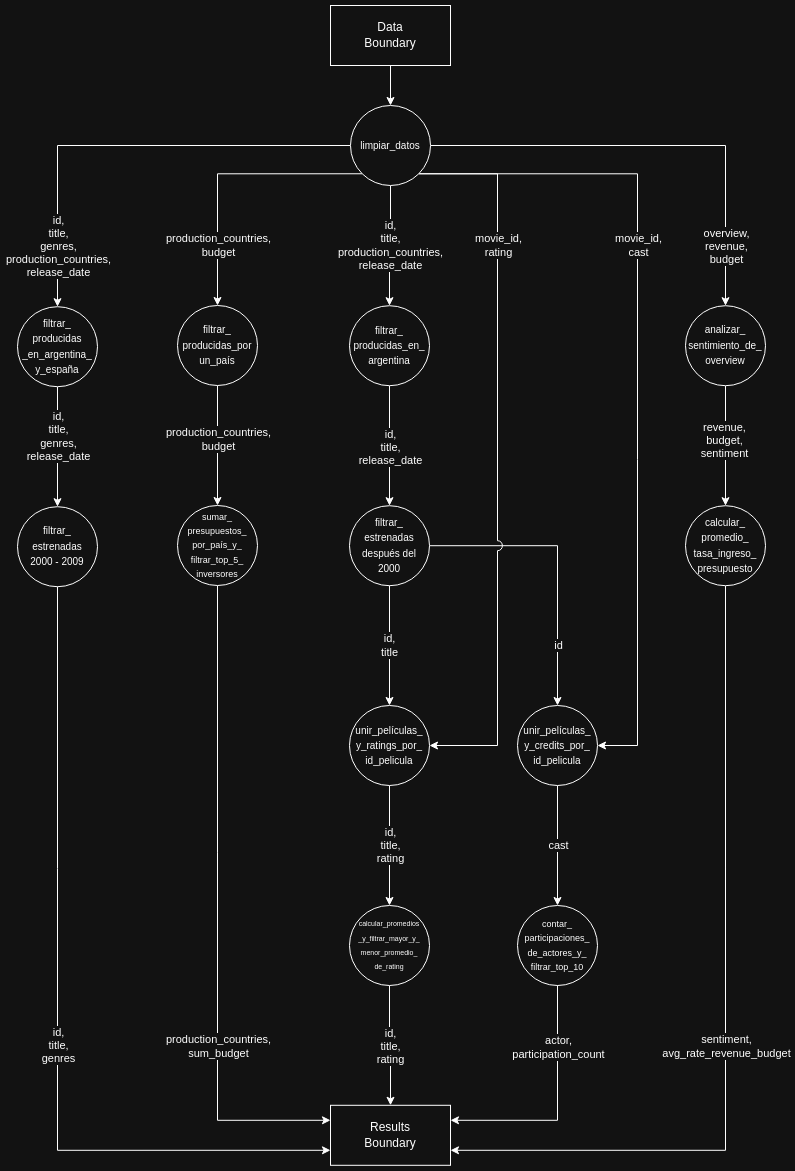
Above: diagramas/dag/dag.png in AlanBotoshansky/distribuidos-tp-grupo2 (draw.io), before the change. Source tidied: cells renumbered, new cells last; positions are measured from the earlier drawing's top-left corner, leaving out a move shared by most shapes.
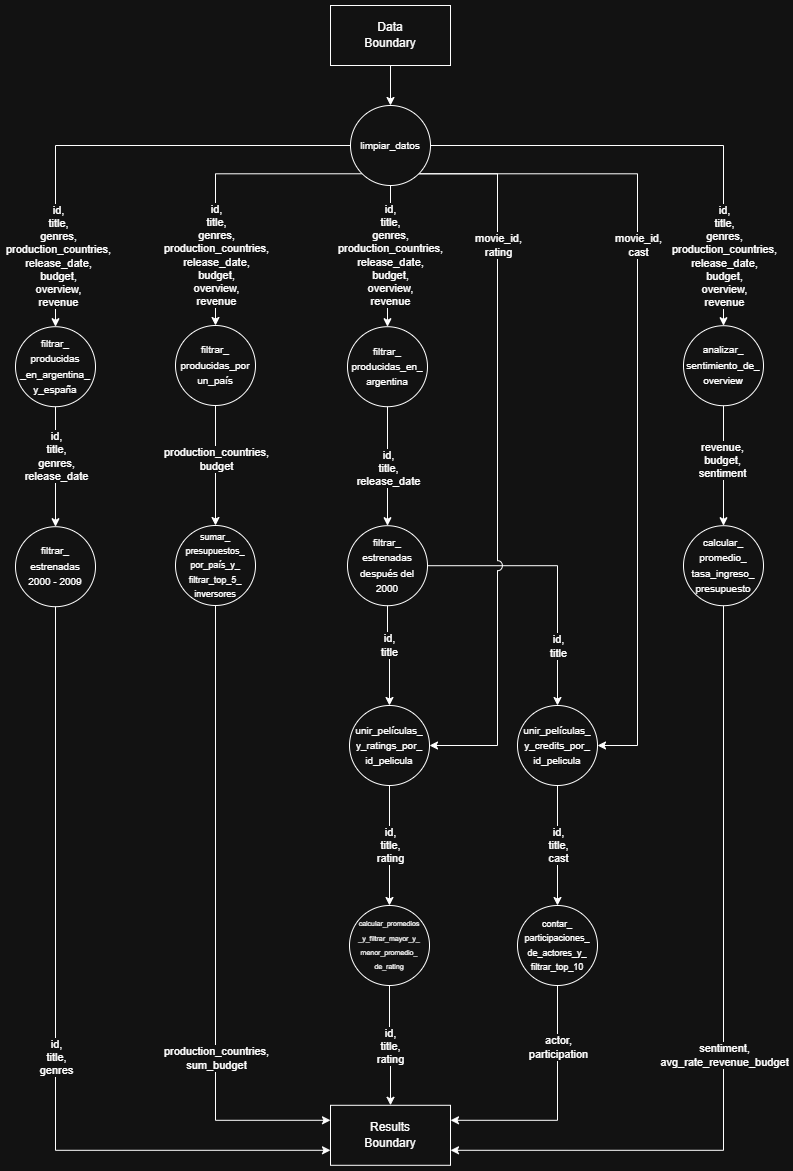
Above is the later version.

Diff of the diagram source:
```diff
@@ -17,10 +17,10 @@
       </mxGeometry>
     </mxCell>
     <mxCell id="6" value="&lt;font face=&quot;Helvetica&quot;&gt;&lt;span style=&quot;font-size: 10px;&quot;&gt;filtrar_&lt;/span&gt;&lt;/font&gt;&lt;div&gt;&lt;font face=&quot;Helvetica&quot;&gt;&lt;span style=&quot;font-size: 10px;&quot;&gt;producidas&lt;/span&gt;&lt;/font&gt;&lt;div&gt;&lt;font face=&quot;Helvetica&quot;&gt;&lt;span style=&quot;font-size: 10px;&quot;&gt;_en_argentina_&lt;/span&gt;&lt;/font&gt;&lt;/div&gt;&lt;div&gt;&lt;font face=&quot;Helvetica&quot;&gt;&lt;span style=&quot;font-size: 10px;&quot;&gt;y_&lt;/span&gt;&lt;/font&gt;&lt;span style=&quot;font-size: 10px; font-family: Helvetica; background-color: transparent; color: light-dark(rgb(0, 0, 0), rgb(255, 255, 255));&quot;&gt;españa&lt;/span&gt;&lt;/div&gt;&lt;/div&gt;" style="ellipse;whiteSpace=wrap;html=1;rounded=0;hachureGap=4;strokeColor=default;align=center;verticalAlign=middle;fontFamily=Architects Daughter;fontSource=https%3A%2F%2Ffonts.googleapis.com%2Fcss%3Ffamily%3DArchitects%2BDaughter;fontSize=12;fontColor=default;fillColor=default;" parent="1" vertex="1">
-      <mxGeometry y="301.2" width="80" height="80" as="geometry" />
+      <mxGeometry x="-2" y="321.2" width="80" height="80" as="geometry" />
     </mxCell>
     <mxCell id="7" value="&lt;font face=&quot;Helvetica&quot;&gt;&lt;span style=&quot;font-size: 10px;&quot;&gt;filtrar_&lt;/span&gt;&lt;/font&gt;&lt;div&gt;&lt;font face=&quot;Helvetica&quot;&gt;&lt;span style=&quot;font-size: 10px;&quot;&gt;estrenadas&lt;/span&gt;&lt;/font&gt;&lt;div&gt;&lt;font face=&quot;Helvetica&quot;&gt;&lt;span style=&quot;font-size: 10px;&quot;&gt;2000 - 2009&lt;/span&gt;&lt;/font&gt;&lt;/div&gt;&lt;/div&gt;" style="ellipse;whiteSpace=wrap;html=1;rounded=0;hachureGap=4;strokeColor=default;align=center;verticalAlign=middle;fontFamily=Architects Daughter;fontSource=https%3A%2F%2Ffonts.googleapis.com%2Fcss%3Ffamily%3DArchitects%2BDaughter;fontSize=12;fontColor=default;fillColor=default;" parent="1" vertex="1">
-      <mxGeometry y="501.2" width="80" height="80" as="geometry" />
+      <mxGeometry x="-2" y="521.2" width="80" height="80" as="geometry" />
     </mxCell>
     <mxCell id="8" style="edgeStyle=orthogonalEdgeStyle;shape=connector;rounded=0;hachureGap=4;jettySize=auto;html=1;exitX=0.5;exitY=1;exitDx=0;exitDy=0;entryX=0.5;entryY=0;entryDx=0;entryDy=0;strokeColor=default;align=center;verticalAlign=middle;fontFamily=Architects Daughter;fontSource=https%3A%2F%2Ffonts.googleapis.com%2Fcss%3Ffamily%3DArchitects%2BDaughter;fontSize=12;fontColor=default;labelBackgroundColor=default;endArrow=classic;" parent="1" edge="1" source="10" target="13">
       <mxGeometry relative="1" as="geometry" />
@@ -31,7 +31,7 @@
       </mxGeometry>
     </mxCell>
     <mxCell id="10" value="&lt;font face=&quot;Helvetica&quot;&gt;&lt;span style=&quot;font-size: 10px;&quot;&gt;filtrar_&lt;/span&gt;&lt;/font&gt;&lt;div&gt;&lt;font face=&quot;Helvetica&quot;&gt;&lt;span style=&quot;font-size: 10px;&quot;&gt;producidas_por&lt;/span&gt;&lt;/font&gt;&lt;/div&gt;&lt;div&gt;&lt;font face=&quot;Helvetica&quot;&gt;&lt;span style=&quot;font-size: 10px;&quot;&gt;un_país&lt;/span&gt;&lt;/font&gt;&lt;/div&gt;" style="ellipse;whiteSpace=wrap;html=1;rounded=0;hachureGap=4;strokeColor=default;align=center;verticalAlign=middle;fontFamily=Architects Daughter;fontSource=https%3A%2F%2Ffonts.googleapis.com%2Fcss%3Ffamily%3DArchitects%2BDaughter;fontSize=12;fontColor=default;fillColor=default;" parent="1" vertex="1">
-      <mxGeometry x="160" y="300" width="80" height="80" as="geometry" />
+      <mxGeometry x="158" y="320" width="80" height="80" as="geometry" />
     </mxCell>
     <mxCell id="11" style="edgeStyle=orthogonalEdgeStyle;shape=connector;rounded=0;hachureGap=4;jettySize=auto;html=1;exitX=0.5;exitY=1;exitDx=0;exitDy=0;entryX=0;entryY=0.25;entryDx=0;entryDy=0;strokeColor=default;align=center;verticalAlign=middle;fontFamily=Architects Daughter;fontSource=https%3A%2F%2Ffonts.googleapis.com%2Fcss%3Ffamily%3DArchitects%2BDaughter;fontSize=12;fontColor=default;labelBackgroundColor=default;endArrow=classic;" parent="1" edge="1" source="13" target="40">
       <mxGeometry relative="1" as="geometry" />
@@ -42,7 +42,7 @@
       </mxGeometry>
     </mxCell>
     <mxCell id="13" value="&lt;font style=&quot;font-size: 9px;&quot; face=&quot;Helvetica&quot;&gt;sumar_&lt;/font&gt;&lt;div&gt;&lt;font style=&quot;font-size: 9px;&quot; face=&quot;Helvetica&quot;&gt;presupuestos_&lt;/font&gt;&lt;/div&gt;&lt;div&gt;&lt;font style=&quot;font-size: 9px;&quot; face=&quot;Helvetica&quot;&gt;por_país_y_&lt;/font&gt;&lt;/div&gt;&lt;div&gt;&lt;font style=&quot;font-size: 9px;&quot;&gt;&lt;font face=&quot;Helvetica&quot;&gt;filtrar_&lt;/font&gt;&lt;span style=&quot;font-family: Helvetica; background-color: transparent; color: light-dark(rgb(0, 0, 0), rgb(255, 255, 255));&quot;&gt;top_5_&lt;/span&gt;&lt;/font&gt;&lt;/div&gt;&lt;div&gt;&lt;font style=&quot;font-size: 9px;&quot; face=&quot;Helvetica&quot;&gt;inversores&lt;/font&gt;&lt;/div&gt;" style="ellipse;whiteSpace=wrap;html=1;rounded=0;hachureGap=4;strokeColor=default;align=center;verticalAlign=middle;fontFamily=Architects Daughter;fontSource=https%3A%2F%2Ffonts.googleapis.com%2Fcss%3Ffamily%3DArchitects%2BDaughter;fontSize=12;fontColor=default;fillColor=default;" parent="1" vertex="1">
-      <mxGeometry x="160" y="500" width="80" height="80" as="geometry" />
+      <mxGeometry x="158" y="520" width="80" height="80" as="geometry" />
     </mxCell>
     <mxCell id="14" style="edgeStyle=orthogonalEdgeStyle;shape=connector;rounded=0;hachureGap=4;jettySize=auto;html=1;exitX=0.5;exitY=1;exitDx=0;exitDy=0;entryX=0.5;entryY=0;entryDx=0;entryDy=0;strokeColor=default;align=center;verticalAlign=middle;fontFamily=Architects Daughter;fontSource=https%3A%2F%2Ffonts.googleapis.com%2Fcss%3Ffamily%3DArchitects%2BDaughter;fontSize=12;fontColor=default;labelBackgroundColor=default;endArrow=classic;" parent="1" edge="1" source="16" target="19">
       <mxGeometry relative="1" as="geometry" />
@@ -51,18 +51,18 @@
       <mxGeometry x="0.03" relative="1" as="geometry" />
     </mxCell>
     <mxCell id="16" value="&lt;font face=&quot;Helvetica&quot;&gt;&lt;span style=&quot;font-size: 10px;&quot;&gt;filtrar_&lt;/span&gt;&lt;/font&gt;&lt;div&gt;&lt;font face=&quot;Helvetica&quot;&gt;&lt;span style=&quot;font-size: 10px;&quot;&gt;producidas&lt;/span&gt;&lt;/font&gt;&lt;span style=&quot;font-size: 10px; font-family: Helvetica; background-color: transparent; color: light-dark(rgb(0, 0, 0), rgb(255, 255, 255));&quot;&gt;_en_&lt;/span&gt;&lt;/div&gt;&lt;div&gt;&lt;span style=&quot;font-size: 10px; font-family: Helvetica; background-color: transparent; color: light-dark(rgb(0, 0, 0), rgb(255, 255, 255));&quot;&gt;argentina&lt;/span&gt;&lt;/div&gt;" style="ellipse;whiteSpace=wrap;html=1;rounded=0;hachureGap=4;strokeColor=default;align=center;verticalAlign=middle;fontFamily=Architects Daughter;fontSource=https%3A%2F%2Ffonts.googleapis.com%2Fcss%3Ffamily%3DArchitects%2BDaughter;fontSize=12;fontColor=default;fillColor=default;" parent="1" vertex="1">
-      <mxGeometry x="332" y="300.2" width="80" height="80" as="geometry" />
+      <mxGeometry x="330" y="321.2" width="80" height="80" as="geometry" />
     </mxCell>
     <mxCell id="17" style="edgeStyle=orthogonalEdgeStyle;shape=connector;rounded=0;hachureGap=4;jettySize=auto;html=1;exitX=1;exitY=0.5;exitDx=0;exitDy=0;strokeColor=default;align=center;verticalAlign=middle;fontFamily=Architects Daughter;fontSource=https%3A%2F%2Ffonts.googleapis.com%2Fcss%3Ffamily%3DArchitects%2BDaughter;fontSize=11;fontColor=default;labelBackgroundColor=default;endArrow=classic;entryX=0.5;entryY=0;entryDx=0;entryDy=0;" parent="1" edge="1" source="19" target="54">
       <mxGeometry relative="1" as="geometry" />
     </mxCell>
-    <mxCell id="18" value="id" style="edgeLabel;html=1;align=center;verticalAlign=middle;" parent="17" vertex="1">
+    <mxCell id="18" value="id,&lt;div&gt;title&lt;/div&gt;" style="edgeLabel;html=1;align=center;verticalAlign=middle;" parent="17" vertex="1">
       <mxGeometry x="0.43" y="-1" relative="1" as="geometry">
-        <mxPoint x="1" y="22" as="offset" />
+        <mxPoint x="1" y="17" as="offset" />
       </mxGeometry>
     </mxCell>
     <mxCell id="19" value="&lt;font face=&quot;Helvetica&quot;&gt;&lt;span style=&quot;font-size: 10px;&quot;&gt;filtrar_&lt;/span&gt;&lt;/font&gt;&lt;div&gt;&lt;font face=&quot;Helvetica&quot;&gt;&lt;span style=&quot;font-size: 10px;&quot;&gt;estrenadas después del&lt;/span&gt;&lt;/font&gt;&lt;div&gt;&lt;font face=&quot;Helvetica&quot;&gt;&lt;span style=&quot;font-size: 10px;&quot;&gt;2000&lt;/span&gt;&lt;/font&gt;&lt;/div&gt;&lt;/div&gt;" style="ellipse;whiteSpace=wrap;html=1;rounded=0;hachureGap=4;strokeColor=default;align=center;verticalAlign=middle;fontFamily=Architects Daughter;fontSource=https%3A%2F%2Ffonts.googleapis.com%2Fcss%3Ffamily%3DArchitects%2BDaughter;fontSize=12;fontColor=default;fillColor=default;" parent="1" vertex="1">
-      <mxGeometry x="332" y="500.2" width="80" height="80" as="geometry" />
+      <mxGeometry x="330" y="520.2" width="80" height="80" as="geometry" />
     </mxCell>
     <mxCell id="20" style="edgeStyle=orthogonalEdgeStyle;shape=connector;rounded=0;hachureGap=4;jettySize=auto;html=1;exitX=0;exitY=0.5;exitDx=0;exitDy=0;entryX=0.5;entryY=0;entryDx=0;entryDy=0;strokeColor=default;align=center;verticalAlign=middle;fontFamily=Architects Daughter;fontSource=https%3A%2F%2Ffonts.googleapis.com%2Fcss%3Ffamily%3DArchitects%2BDaughter;fontSize=12;fontColor=default;labelBackgroundColor=default;endArrow=classic;" parent="1" edge="1" source="31" target="6">
       <mxGeometry relative="1" as="geometry" />
@@ -70,31 +70,31 @@
     <mxCell id="21" style="edgeLabel;align=center;verticalAlign=middle;rounded=0;hachureGap=4;strokeColor=default;fontFamily=Architects Daughter;fontSource=https%3A%2F%2Ffonts.googleapis.com%2Fcss%3Ffamily%3DArchitects%2BDaughter;fontSize=12;fontColor=default;labelBackgroundColor=default;fillColor=default;html=1;" parent="20" vertex="1">
       <mxGeometry x="0.63" relative="1" as="geometry" />
     </mxCell>
-    <mxCell id="22" value="id,&lt;br&gt;title,&lt;br&gt;genres,&lt;div&gt;production_countries,&lt;br&gt;release_date&lt;/div&gt;" style="edgeLabel;html=1;align=center;verticalAlign=middle;" parent="20" vertex="1">
+    <mxCell id="22" value="id,&lt;br&gt;title,&lt;br&gt;genres,&lt;div&gt;production_countries,&lt;br&gt;release_date,&lt;/div&gt;&lt;div&gt;budget,&lt;/div&gt;&lt;div&gt;overview,&lt;/div&gt;&lt;div&gt;revenue&lt;/div&gt;" style="edgeLabel;html=1;align=center;verticalAlign=middle;" parent="20" vertex="1">
       <mxGeometry x="0.6" relative="1" as="geometry">
-        <mxPoint y="29" as="offset" />
+        <mxPoint x="2" y="23" as="offset" />
       </mxGeometry>
     </mxCell>
     <mxCell id="23" style="edgeStyle=orthogonalEdgeStyle;shape=connector;rounded=0;hachureGap=4;jettySize=auto;html=1;exitX=0;exitY=1;exitDx=0;exitDy=0;entryX=0.5;entryY=0;entryDx=0;entryDy=0;strokeColor=default;align=center;verticalAlign=middle;fontFamily=Architects Daughter;fontSource=https%3A%2F%2Ffonts.googleapis.com%2Fcss%3Ffamily%3DArchitects%2BDaughter;fontSize=12;fontColor=default;labelBackgroundColor=default;endArrow=classic;" parent="1" edge="1" source="31" target="10">
       <mxGeometry relative="1" as="geometry" />
     </mxCell>
-    <mxCell id="24" value="production_countries,&lt;div&gt;budget&lt;/div&gt;" style="edgeLabel;html=1;align=center;verticalAlign=middle;" parent="23" vertex="1">
+    <mxCell id="24" value="id,&lt;br&gt;title,&lt;br&gt;genres,&lt;div&gt;production_countries,&lt;br&gt;release_date,&lt;/div&gt;&lt;div&gt;budget,&lt;/div&gt;&lt;div&gt;overview,&lt;/div&gt;&lt;div&gt;revenue&lt;/div&gt;" style="edgeLabel;html=1;align=center;verticalAlign=middle;" parent="23" vertex="1">
       <mxGeometry x="0.66" y="-1" relative="1" as="geometry">
-        <mxPoint x="1" y="-13" as="offset" />
+        <mxPoint x="1" y="-19" as="offset" />
       </mxGeometry>
     </mxCell>
     <mxCell id="25" style="edgeStyle=orthogonalEdgeStyle;shape=connector;rounded=0;hachureGap=4;jettySize=auto;html=1;exitX=1;exitY=0.5;exitDx=0;exitDy=0;strokeColor=default;align=center;verticalAlign=middle;fontFamily=Architects Daughter;fontSource=https%3A%2F%2Ffonts.googleapis.com%2Fcss%3Ffamily%3DArchitects%2BDaughter;fontSize=12;fontColor=default;labelBackgroundColor=default;endArrow=classic;" parent="1" edge="1" source="31" target="36">
       <mxGeometry relative="1" as="geometry" />
     </mxCell>
-    <mxCell id="26" value="&lt;div&gt;overview,&lt;/div&gt;&lt;div&gt;revenue,&lt;/div&gt;&lt;div&gt;budget&lt;/div&gt;" style="edgeLabel;html=1;align=center;verticalAlign=middle;" parent="25" vertex="1">
+    <mxCell id="26" value="id,&lt;br&gt;title,&lt;br&gt;genres,&lt;div&gt;production_countries,&lt;br&gt;release_date,&lt;/div&gt;&lt;div&gt;budget,&lt;/div&gt;&lt;div&gt;overview,&lt;/div&gt;&lt;div&gt;revenue&lt;/div&gt;" style="edgeLabel;html=1;align=center;verticalAlign=middle;" parent="25" vertex="1">
       <mxGeometry x="0.75" y="3" relative="1" as="geometry">
-        <mxPoint x="-3" y="-3" as="offset" />
+        <mxPoint x="-3" y="-11" as="offset" />
       </mxGeometry>
     </mxCell>
     <mxCell id="27" style="edgeStyle=orthogonalEdgeStyle;rounded=0;hachureGap=4;jettySize=auto;html=1;exitX=0.5;exitY=1;exitDx=0;exitDy=0;entryX=0.5;entryY=0;entryDx=0;entryDy=0;fontFamily=Architects Daughter;fontSource=https%3A%2F%2Ffonts.googleapis.com%2Fcss%3Ffamily%3DArchitects%2BDaughter;" parent="1" edge="1" source="31" target="16">
       <mxGeometry relative="1" as="geometry" />
     </mxCell>
-    <mxCell id="28" value="id,&lt;div&gt;title,&lt;/div&gt;&lt;div&gt;production_countries,&lt;/div&gt;&lt;div&gt;release_date&lt;/div&gt;" style="edgeLabel;html=1;align=center;verticalAlign=middle;" parent="27" vertex="1">
+    <mxCell id="28" value="id,&lt;br&gt;title,&lt;br&gt;genres,&lt;div&gt;production_countries,&lt;br&gt;release_date,&lt;/div&gt;&lt;div&gt;budget,&lt;/div&gt;&lt;div&gt;overview,&lt;/div&gt;&lt;div&gt;revenue&lt;/div&gt;" style="edgeLabel;html=1;align=center;verticalAlign=middle;" parent="27" vertex="1">
       <mxGeometry x="-0.15" y="-1" relative="1" as="geometry">
         <mxPoint y="8" as="offset" />
       </mxGeometry>
@@ -133,7 +133,7 @@
       <mxGeometry x="-0.1" y="-2" relative="1" as="geometry" />
     </mxCell>
     <mxCell id="36" value="&lt;div&gt;&lt;font face=&quot;Helvetica&quot;&gt;&lt;span style=&quot;font-size: 10px;&quot;&gt;analizar_&lt;/span&gt;&lt;/font&gt;&lt;/div&gt;&lt;div&gt;&lt;font face=&quot;Helvetica&quot;&gt;&lt;span style=&quot;font-size: 10px;&quot;&gt;sentimiento_de_&lt;/span&gt;&lt;/font&gt;&lt;/div&gt;&lt;div&gt;&lt;font face=&quot;Helvetica&quot;&gt;&lt;span style=&quot;font-size: 10px;&quot;&gt;overview&lt;/span&gt;&lt;/font&gt;&lt;/div&gt;" style="ellipse;whiteSpace=wrap;html=1;rounded=0;hachureGap=4;strokeColor=default;align=center;verticalAlign=middle;fontFamily=Architects Daughter;fontSource=https%3A%2F%2Ffonts.googleapis.com%2Fcss%3Ffamily%3DArchitects%2BDaughter;fontSize=12;fontColor=default;fillColor=default;" parent="1" vertex="1">
-      <mxGeometry x="668" y="300.2" width="80" height="80" as="geometry" />
+      <mxGeometry x="666" y="320.2" width="80" height="80" as="geometry" />
     </mxCell>
     <mxCell id="37" style="edgeStyle=orthogonalEdgeStyle;shape=connector;rounded=0;hachureGap=4;jettySize=auto;html=1;exitX=0.5;exitY=1;exitDx=0;exitDy=0;entryX=1;entryY=0.75;entryDx=0;entryDy=0;strokeColor=default;align=center;verticalAlign=middle;fontFamily=Architects Daughter;fontSource=https%3A%2F%2Ffonts.googleapis.com%2Fcss%3Ffamily%3DArchitects%2BDaughter;fontSize=12;fontColor=default;labelBackgroundColor=default;endArrow=classic;" parent="1" edge="1" source="39" target="40">
       <mxGeometry relative="1" as="geometry" />
@@ -144,7 +144,7 @@
       </mxGeometry>
     </mxCell>
     <mxCell id="39" value="&lt;div&gt;&lt;font face=&quot;Helvetica&quot;&gt;&lt;span style=&quot;font-size: 10px;&quot;&gt;calcular_&lt;/span&gt;&lt;/font&gt;&lt;/div&gt;&lt;div&gt;&lt;font face=&quot;Helvetica&quot;&gt;&lt;span style=&quot;font-size: 10px;&quot;&gt;promedio_&lt;/span&gt;&lt;/font&gt;&lt;/div&gt;&lt;div&gt;&lt;font face=&quot;Helvetica&quot;&gt;&lt;span style=&quot;font-size: 10px;&quot;&gt;tasa_ingreso_&lt;/span&gt;&lt;/font&gt;&lt;/div&gt;&lt;div&gt;&lt;font face=&quot;Helvetica&quot;&gt;&lt;span style=&quot;font-size: 10px;&quot;&gt;presupuesto&lt;/span&gt;&lt;/font&gt;&lt;/div&gt;" style="ellipse;whiteSpace=wrap;html=1;rounded=0;hachureGap=4;strokeColor=default;align=center;verticalAlign=middle;fontFamily=Architects Daughter;fontSource=https%3A%2F%2Ffonts.googleapis.com%2Fcss%3Ffamily%3DArchitects%2BDaughter;fontSize=12;fontColor=default;fillColor=default;" parent="1" vertex="1">
-      <mxGeometry x="668" y="500.2" width="80" height="80" as="geometry" />
+      <mxGeometry x="666" y="520.2" width="80" height="80" as="geometry" />
     </mxCell>
     <mxCell id="40" value="&lt;span style=&quot;font-family: Helvetica;&quot;&gt;Results&lt;/span&gt;&lt;div&gt;&lt;span style=&quot;font-family: Helvetica;&quot;&gt;Boundary&lt;/span&gt;&lt;/div&gt;" style="rounded=0;whiteSpace=wrap;html=1;hachureGap=4;fontFamily=Architects Daughter;fontSource=https%3A%2F%2Ffonts.googleapis.com%2Fcss%3Ffamily%3DArchitects%2BDaughter;" parent="1" vertex="1">
       <mxGeometry x="313" y="1099.8" width="120" height="60" as="geometry" />
@@ -177,7 +177,7 @@
     <mxCell id="48" style="edgeStyle=orthogonalEdgeStyle;shape=connector;rounded=0;hachureGap=4;jettySize=auto;html=1;exitX=0.5;exitY=1;exitDx=0;exitDy=0;entryX=1;entryY=0.25;entryDx=0;entryDy=0;strokeColor=default;align=center;verticalAlign=middle;fontFamily=Architects Daughter;fontSource=https%3A%2F%2Ffonts.googleapis.com%2Fcss%3Ffamily%3DArchitects%2BDaughter;fontSize=11;fontColor=default;labelBackgroundColor=default;endArrow=classic;" parent="1" edge="1" source="44" target="40">
       <mxGeometry relative="1" as="geometry" />
     </mxCell>
-    <mxCell id="49" value="actor,&lt;div&gt;participation_count&lt;/div&gt;" style="edgeLabel;html=1;align=center;verticalAlign=middle;" parent="48" vertex="1">
+    <mxCell id="49" value="actor,&lt;div&gt;participation&lt;/div&gt;" style="edgeLabel;html=1;align=center;verticalAlign=middle;" parent="48" vertex="1">
       <mxGeometry x="-0.09" relative="1" as="geometry">
         <mxPoint y="-50" as="offset" />
       </mxGeometry>
@@ -206,7 +206,7 @@
     <mxCell id="57" value="id,&lt;div&gt;title,&lt;/div&gt;&lt;div&gt;rating&lt;/div&gt;" style="edgeLabel;html=1;align=center;verticalAlign=middle;" parent="1" vertex="1">
       <mxGeometry x="372" y="840" as="geometry" />
     </mxCell>
-    <mxCell id="58" value="&lt;div&gt;cast&lt;/div&gt;" style="edgeLabel;html=1;align=center;verticalAlign=middle;" parent="1" vertex="1">
+    <mxCell id="58" value="id,&lt;div&gt;title,&lt;/div&gt;&lt;div&gt;cast&lt;/div&gt;" style="edgeLabel;html=1;align=center;verticalAlign=middle;" parent="1" vertex="1">
       <mxGeometry x="540" y="840" as="geometry" />
     </mxCell>
   </root>
```
